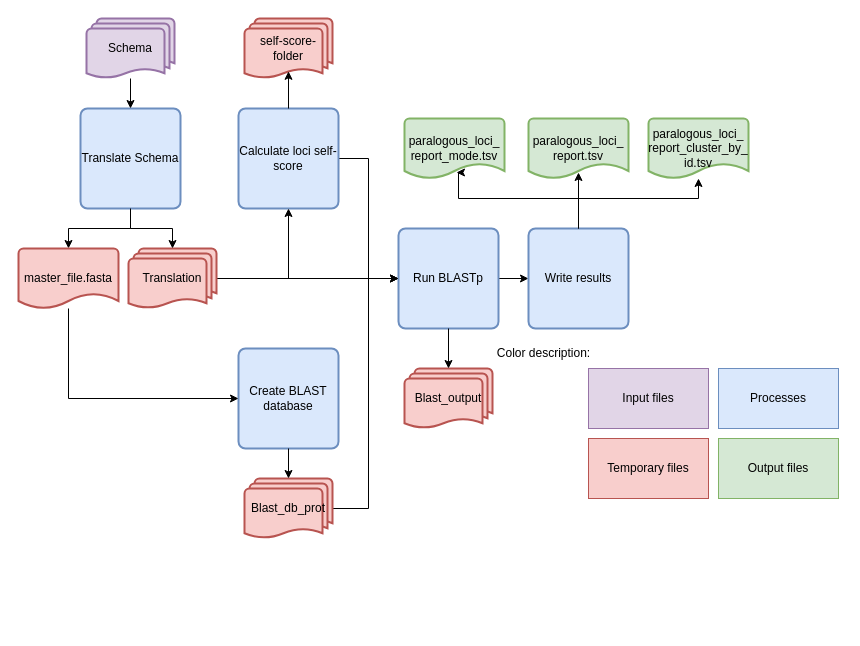
The draw.io diagram SchemaRefinery/docs/SchemaRefinery/Modules/source/paralagous_loci.drawio in B-UMMI/Schema_Refinery, before the edit. Source tidied: cells renumbered, new cells numbered last; positions are measured from the earlier drawing's top-left corner, leaving out a move shared by most shapes. Both pictures are drawn from the tidied source at 100%, with x=0, y=0 at pixel (18, 18).
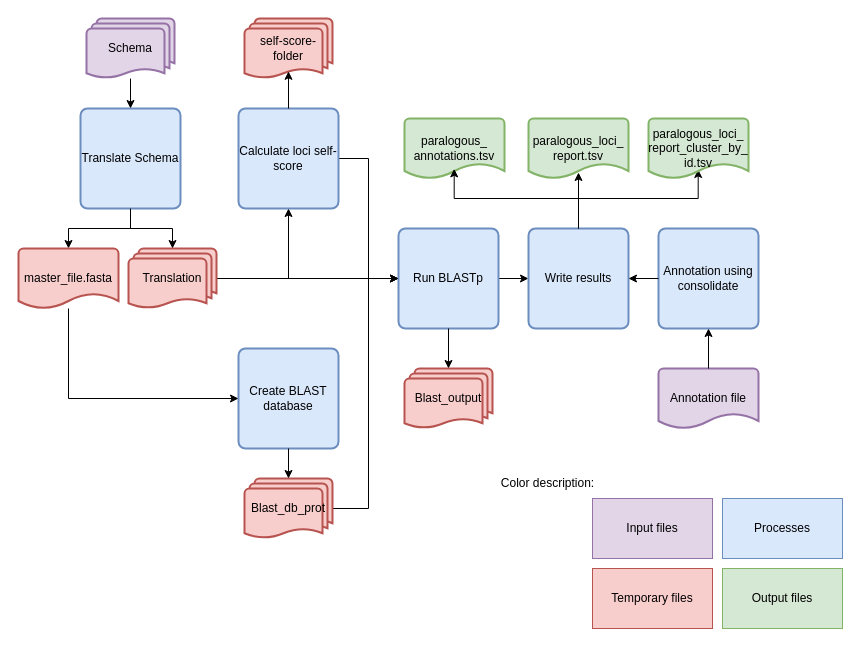
Above is the later version.

Commit message (it also covers changes not shown here):
Fix (docs and oaralogs): Updated Paralogous documentation and output headers

The change refers to these unchanged cells:
```xml
<mxCell id="12" value="Write results" style="rounded=1;whiteSpace=wrap;html=1;absoluteArcSize=1;arcSize=14;strokeWidth=2;fillColor=#dae8fc;strokeColor=#6c8ebf;" parent="1" vertex="1">
  <mxGeometry x="510" y="210" width="100" height="100" as="geometry" />
</mxCell>
<mxCell id="22" value="paralogous_loci_&lt;div&gt;report_cluster_&lt;span style=&quot;background-color: initial;&quot;&gt;by_&lt;/span&gt;&lt;/div&gt;&lt;div&gt;&lt;span style=&quot;background-color: initial;&quot;&gt;id.&lt;/span&gt;&lt;span style=&quot;background-color: initial;&quot;&gt;tsv&lt;/span&gt;&lt;/div&gt;" style="strokeWidth=2;html=1;shape=mxgraph.flowchart.document2;whiteSpace=wrap;size=0.25;fillColor=#d5e8d4;strokeColor=#82b366;" parent="1" vertex="1">
  <mxGeometry x="630" y="100" width="100" height="60" as="geometry" />
</mxCell>
```

The edit, as a diff of the source:
```diff
@@
-    <mxCell id="11" style="edgeStyle=orthogonalEdgeStyle;rounded=0;jettySize=auto;html=1;" parent="1" edge="1" source="12" target="22">
+    <mxCell id="11" style="edgeStyle=orthogonalEdgeStyle;rounded=0;jettySize=auto;html=1;entryX=0.497;entryY=0.85;entryDx=0;entryDy=0;entryPerimeter=0;" parent="1" edge="1" source="12" target="22">
       <mxGeometry relative="1" as="geometry">
         <Array as="points">
           <mxPoint x="560" y="180" />
           <mxPoint x="680" y="180" />
         </Array>
       </mxGeometry>
     </mxCell>
@@
-    <mxCell id="23" value="paralogous_loci_&lt;div&gt;report_mode.tsv&lt;/div&gt;" style="strokeWidth=2;html=1;shape=mxgraph.flowchart.document2;whiteSpace=wrap;size=0.25;fillColor=#d5e8d4;strokeColor=#82b366;" parent="1" vertex="1">
+    <mxCell id="23" value="paralogous_&lt;div&gt;annotations&lt;span style=&quot;background-color: transparent; color: light-dark(rgb(0, 0, 0), rgb(255, 255, 255));&quot;&gt;.tsv&lt;/span&gt;&lt;/div&gt;" style="strokeWidth=2;html=1;shape=mxgraph.flowchart.document2;whiteSpace=wrap;size=0.25;fillColor=#d5e8d4;strokeColor=#82b366;" parent="1" vertex="1">
       <mxGeometry x="386" y="100" width="100" height="60" as="geometry" />
     </mxCell>
@@
     <mxCell id="28" value="Processes" style="rounded=0;whiteSpace=wrap;html=1;fillColor=#dae8fc;strokeColor=#6c8ebf;" parent="1" vertex="1">
-      <mxGeometry x="700" y="350" width="120" height="60" as="geometry" />
+      <mxGeometry x="704" y="480" width="120" height="60" as="geometry" />
     </mxCell>
     <mxCell id="29" value="Temporary files" style="rounded=0;whiteSpace=wrap;html=1;fillColor=#f8cecc;strokeColor=#b85450;" parent="1" vertex="1">
-      <mxGeometry x="570" y="420" width="120" height="60" as="geometry" />
+      <mxGeometry x="574" y="550" width="120" height="60" as="geometry" />
     </mxCell>
     <mxCell id="30" value="Input files" style="rounded=0;whiteSpace=wrap;html=1;fillColor=#e1d5e7;strokeColor=#9673a6;" parent="1" vertex="1">
-      <mxGeometry x="570" y="350" width="120" height="60" as="geometry" />
+      <mxGeometry x="574" y="480" width="120" height="60" as="geometry" />
     </mxCell>
     <mxCell id="31" value="Output files" style="rounded=0;whiteSpace=wrap;html=1;fillColor=#d5e8d4;strokeColor=#82b366;" parent="1" vertex="1">
-      <mxGeometry x="700" y="420" width="120" height="60" as="geometry" />
+      <mxGeometry x="704" y="550" width="120" height="60" as="geometry" />
     </mxCell>
     <mxCell id="32" value="Color description:" style="text;html=1;align=center;verticalAlign=middle;strokeColor=none;fillColor=none;" parent="1" vertex="1">
-      <mxGeometry x="470" y="320" width="110" height="30" as="geometry" />
+      <mxGeometry x="474" y="450" width="110" height="30" as="geometry" />
     </mxCell>
@@
-    <mxCell id="34" style="edgeStyle=orthogonalEdgeStyle;rounded=0;jettySize=auto;html=1;entryX=0.52;entryY=0.9;entryDx=0;entryDy=0;entryPerimeter=0;" parent="1" edge="1" source="12" target="23">
+    <mxCell id="34" style="edgeStyle=orthogonalEdgeStyle;rounded=0;jettySize=auto;html=1;entryX=0.497;entryY=0.839;entryDx=0;entryDy=0;entryPerimeter=0;" parent="1" edge="1" source="12" target="23">
       <mxGeometry relative="1" as="geometry">
         <Array as="points">
           <mxPoint x="560" y="180" />
-          <mxPoint x="440" y="180" />
-          <mxPoint x="440" y="154" />
+          <mxPoint x="436" y="180" />
         </Array>
       </mxGeometry>
     </mxCell>
@@
+    <mxCell id="36" value="Annotation using consolidate" style="rounded=1;whiteSpace=wrap;html=1;absoluteArcSize=1;arcSize=14;strokeWidth=2;fillColor=#dae8fc;strokeColor=#6c8ebf;" parent="1" vertex="1">
+      <mxGeometry x="640" y="210" width="100" height="100" as="geometry" />
+    </mxCell>
+    <mxCell id="37" value="Annotation file" style="strokeWidth=2;html=1;shape=mxgraph.flowchart.document2;whiteSpace=wrap;size=0.25;fillColor=#E1D5E7;strokeColor=#9673A6;" parent="1" vertex="1">
+      <mxGeometry x="640" y="350" width="100" height="60" as="geometry" />
+    </mxCell>
+    <mxCell id="38" style="edgeStyle=orthogonalEdgeStyle;rounded=0;jettySize=auto;html=1;exitX=0;exitY=0.5;exitDx=0;exitDy=0;entryX=1;entryY=0.5;entryDx=0;entryDy=0;" parent="1" edge="1" source="36" target="12">
+      <mxGeometry relative="1" as="geometry">
+        <Array as="points">
+          <mxPoint x="640" y="260" />
+          <mxPoint x="640" y="260" />
+        </Array>
+      </mxGeometry>
+    </mxCell>
+    <mxCell id="39" style="edgeStyle=orthogonalEdgeStyle;rounded=0;jettySize=auto;html=1;exitX=0.5;exitY=0;exitDx=0;exitDy=0;exitPerimeter=0;entryX=0.5;entryY=1;entryDx=0;entryDy=0;" parent="1" edge="1" source="37" target="36">
+      <mxGeometry relative="1" as="geometry" />
+    </mxCell>
```
